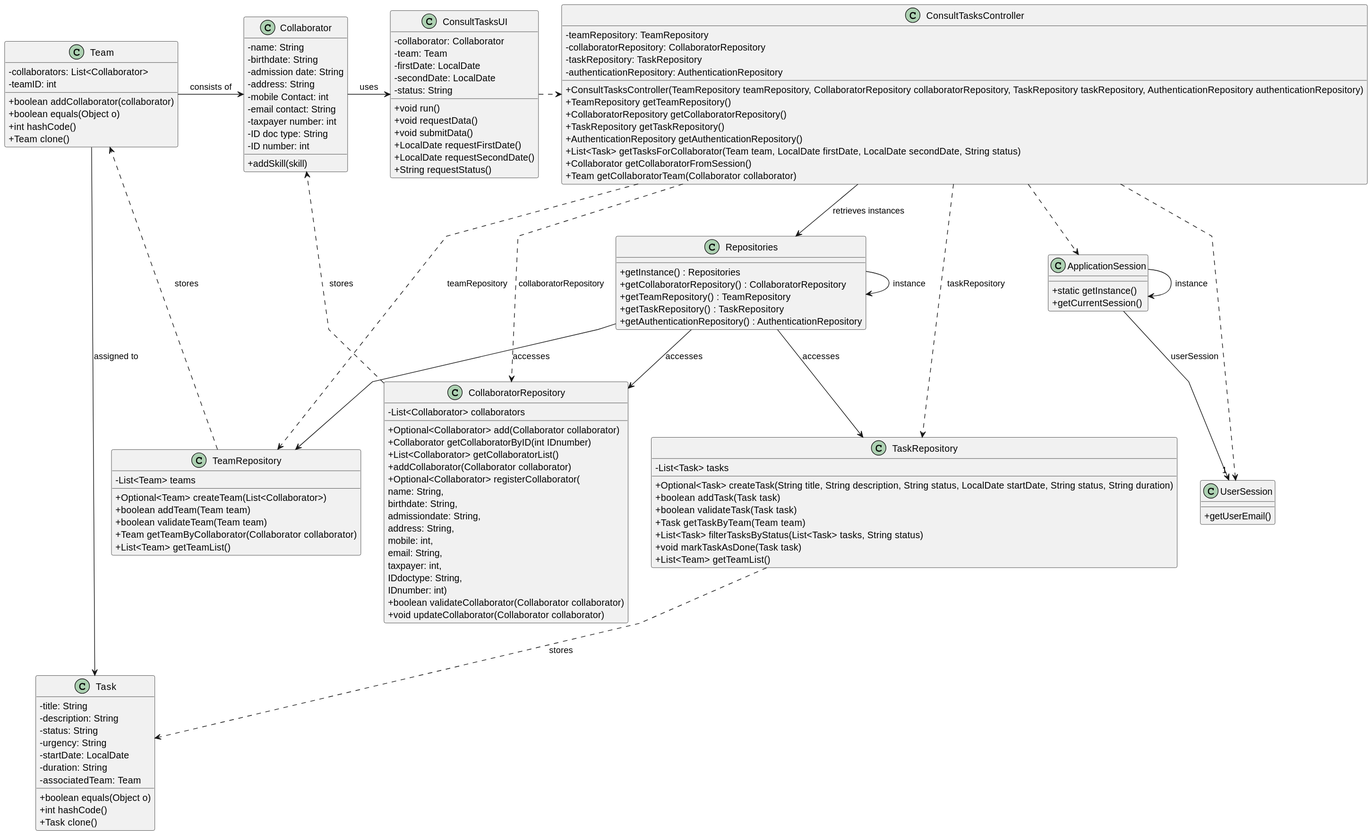
Before: docs/sprint3/us028/03.design/svg/us028-class-diagram.svg, a diagram exported from PlantUML (tiagosoa/lei-24-s2-1dgh-g073).
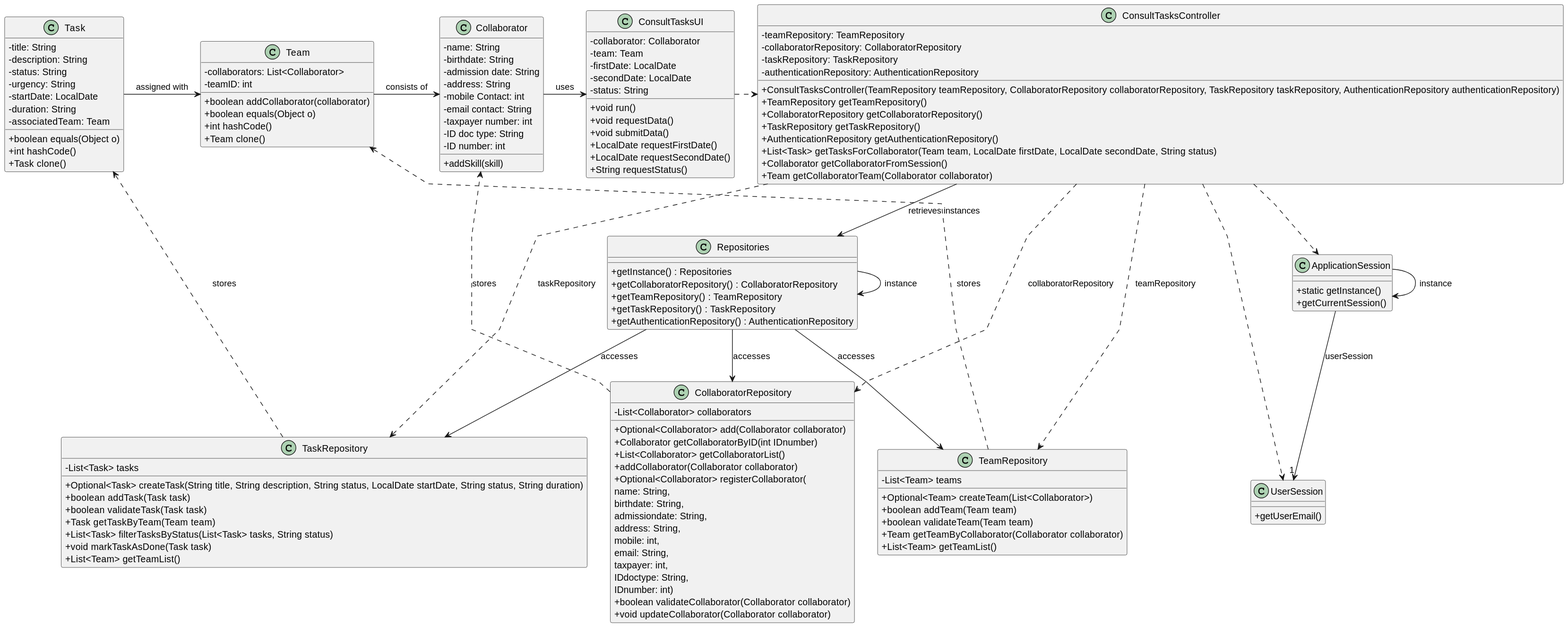
After the change.

Change to the diagram source:
```diff
@@ -120,8 +120,10 @@
        + List<Team> getTeamList()
 }
 
-Team -> Task: assigned to
+Task -> Team: assigned with
+
 Team -> Collaborator: consists of
+
 Collaborator -> ConsultTasksUI: uses
 
 Repositories -> Repositories : instance
```
